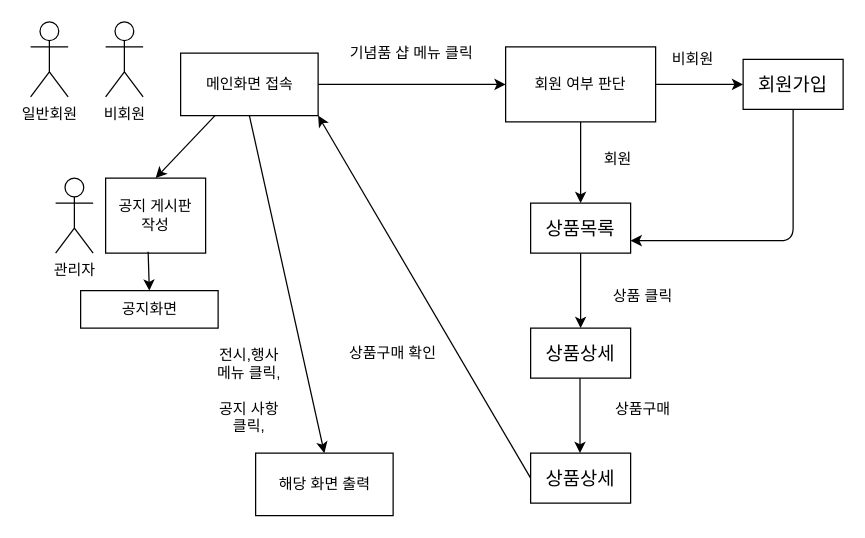
Earlier version of the draw.io diagram Process.drawio (caramelsyrup/UI_ACADEMY). Source tidied: cells renumbered, new cells numbered last; positions are measured from the earlier drawing's top-left corner, leaving out a move shared by most shapes. Both pictures are drawn from the tidied source at 125%, with x=0, y=0 at pixel (30, 21).
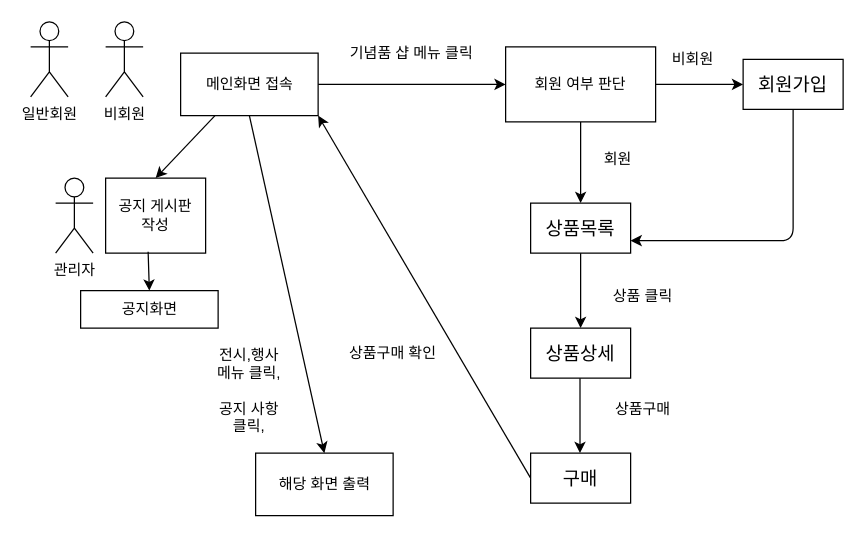
The same diagram, later.

What changed in the source:
```diff
@@
-    <mxCell id="20" value="&lt;span style=&quot;font-size: 15px&quot;&gt;상품상세&lt;/span&gt;" style="rounded=0;whiteSpace=wrap;html=1;" parent="1" vertex="1">
+    <mxCell id="20" value="&lt;span style=&quot;font-size: 15px&quot;&gt;구매&lt;/span&gt;" style="rounded=0;whiteSpace=wrap;html=1;" parent="1" vertex="1">
       <mxGeometry x="400" y="345" width="80" height="40" as="geometry" />
     </mxCell>
```
